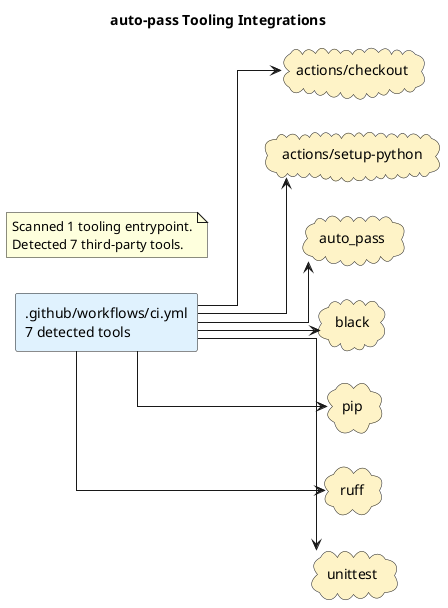
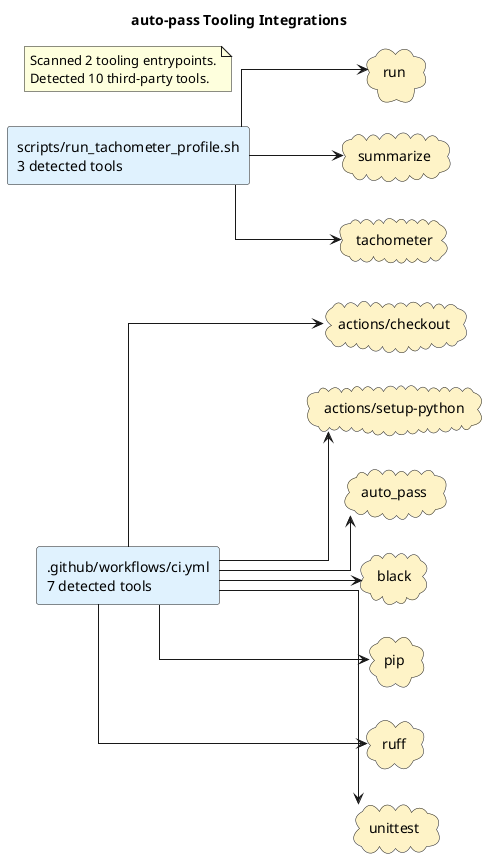
@startuml
title auto-pass Tooling Integrations
left to right direction
skinparam shadowing false
skinparam defaultFontName Monospace
skinparam componentStyle rectangle
skinparam linetype ortho
rectangle ".github/workflows/ci.yml\n7 detected tools" as source_github_workflows_ci_yml #E0F2FE
+ rectangle "scripts/run_tachometer_profile.sh\n3 detected tools" as source_scripts_run_tachometer_profile_sh #E0F2FE
cloud "actions/checkout" as tool_actions_checkout #FEF3C7
cloud "actions/setup-python" as tool_actions_setup_python #FEF3C7
cloud "auto_pass" as tool_auto_pass #FEF3C7
cloud "black" as tool_black #FEF3C7
cloud "pip" as tool_pip #FEF3C7
cloud "ruff" as tool_ruff #FEF3C7
+ cloud "run" as tool_run #FEF3C7
+ cloud "summarize" as tool_summarize #FEF3C7
+ cloud "tachometer" as tool_tachometer #FEF3C7
cloud "unittest" as tool_unittest #FEF3C7
source_github_workflows_ci_yml --> tool_actions_checkout
source_github_workflows_ci_yml --> tool_actions_setup_python
source_github_workflows_ci_yml --> tool_auto_pass
source_github_workflows_ci_yml --> tool_black
source_github_workflows_ci_yml --> tool_pip
source_github_workflows_ci_yml --> tool_ruff
source_github_workflows_ci_yml --> tool_unittest
+ source_scripts_run_tachometer_profile_sh --> tool_run
+ source_scripts_run_tachometer_profile_sh --> tool_summarize
+ source_scripts_run_tachometer_profile_sh --> tool_tachometer
note as toolingGraphSummary
- Scanned 1 tooling entrypoint.
- Detected 7 third-party tools.
+ Scanned 2 tooling entrypoints.
+ Detected 10 third-party tools.
end note
@enduml
